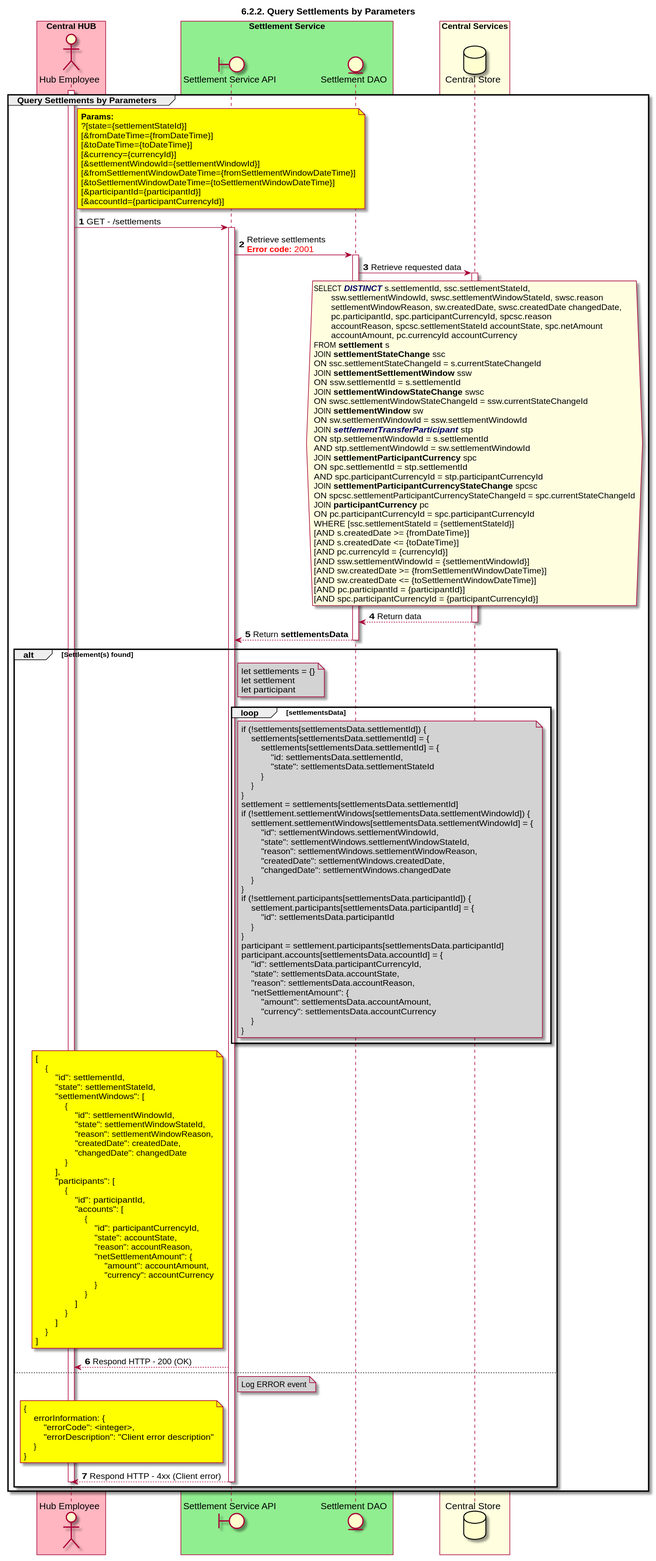
ggrg/docs keeps this PlantUML diagram as CentralServices/seq_diagrams/seq-settlement-6.2.2.svg. Above is the earlier version.
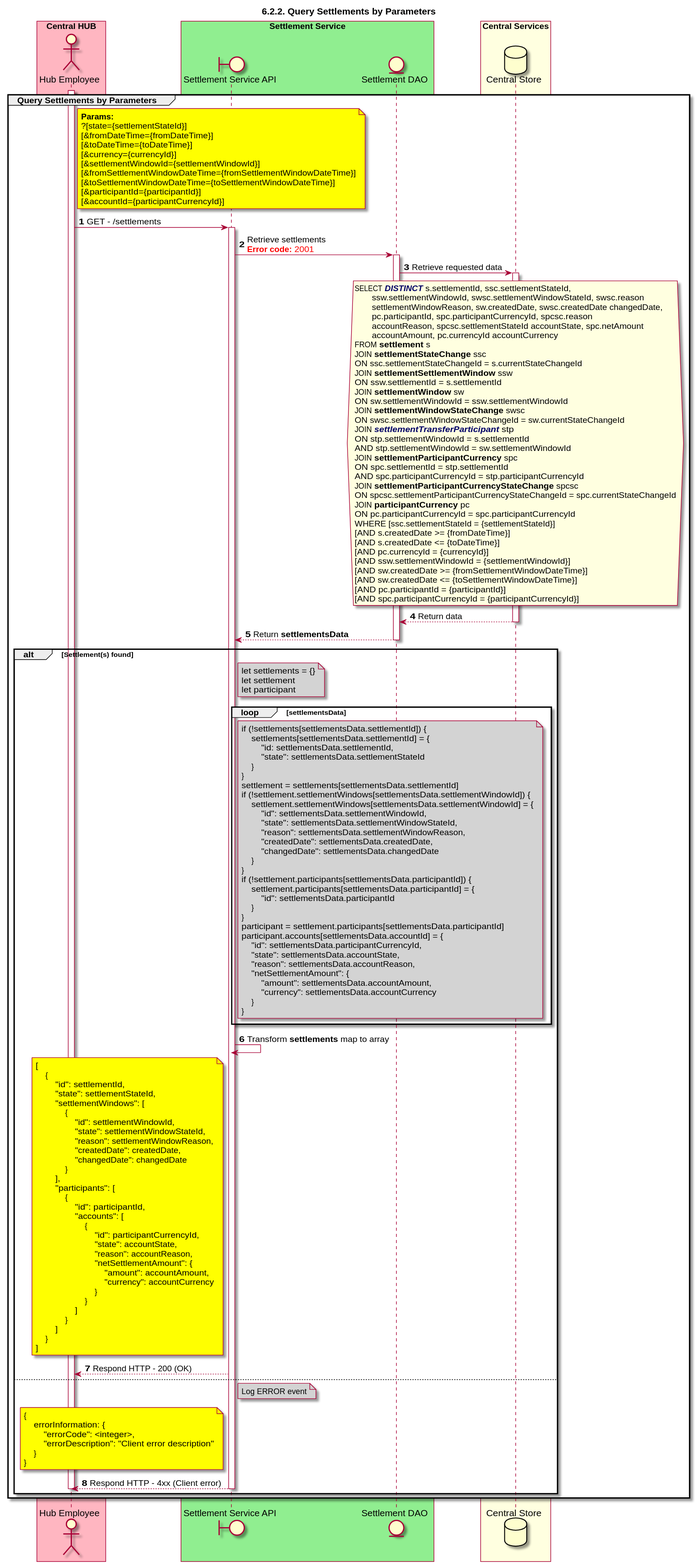
After the change.

Commit message:
Corrections during implementation of 6.2.2. (#73)

Diff of the diagram source:
```diff
@@ -55,10 +55,10 @@
         ON ssc.settlementStateChangeId = s.currentStateChangeId
         JOIN **settlementSettlementWindow** ssw
         ON ssw.settlementId = s.settlementId
-        JOIN **settlementWindowStateChange** swsc
-        ON swsc.settlementWindowStateChangeId = ssw.currentStateChangeId
         JOIN **settlementWindow** sw
         ON sw.settlementWindowId = ssw.settlementWindowId
+        JOIN **settlementWindowStateChange** swsc
+        ON swsc.settlementWindowStateChangeId = sw.currentStateChangeId
         JOIN <color 006>**//settlementTransferParticipant//**</color> stp
         ON stp.settlementWindowId = s.settlementId
         AND stp.settlementWindowId = sw.settlementWindowId
@@ -93,20 +93,18 @@
             note right of SSAPI #lightgray
                 if (!settlements[settlementsData.settlementId]) {
                     settlements[settlementsData.settlementId] = {
-                        settlements[settlementsData.settlementId] = {
-                            "id: settlementsData.settlementId,
-                            "state": settlementsData.settlementStateId
-                        }
+                        "id: settlementsData.settlementId,
+                        "state": settlementsData.settlementStateId
                     }
                 }
                 settlement = settlements[settlementsData.settlementId]
                 if (!settlement.settlementWindows[settlementsData.settlementWindowId]) {
                     settlement.settlementWindows[settlementsData.settlementWindowId] = {
-                        "id": settlementWindows.settlementWindowId,
-                        "state": settlementWindows.settlementWindowStateId,
-                        "reason": settlementWindows.settlementWindowReason,
-                        "createdDate": settlementWindows.createdDate,
-                        "changedDate": settlementWindows.changedDate
+                        "id": settlementsData.settlementWindowId,
+                        "state": settlementsData.settlementWindowStateId,
+                        "reason": settlementsData.settlementWindowReason,
+                        "createdDate": settlementsData.createdDate,
+                        "changedDate": settlementsData.changedDate
                     }
                 }
                 if (!settlement.participants[settlementsData.participantId]) {
@@ -126,6 +124,7 @@
                 }
             end note
         end
+        SSAPI -> SSAPI: Transform **settlements** map to array
         deactivate SETTLE_DAO
         note left of SSAPI #yellow
             [
```
